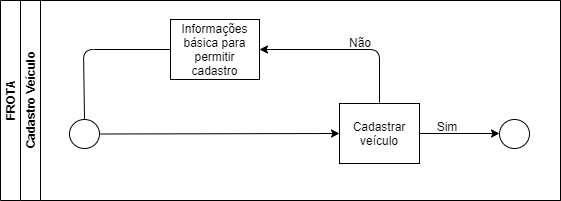
This is Untitled Diagram.png from pallomagualter/Diagrama-Frota, a draw.io export, as it was before one commit. Source tidied: cells renumbered, new cells last; positions are measured from the earlier drawing's top-left corner, leaving out a move shared by most shapes. The source it was exported from:
```xml
<mxGraphModel>
  <root>
    <mxCell id="0" />
    <mxCell id="1" parent="0" />
    <mxCell id="2" value="FROTA" style="swimlane;html=1;horizontal=0;startSize=20;" parent="1" vertex="1">
      <mxGeometry width="560" height="200" as="geometry" />
    </mxCell>
    <mxCell id="3" style="edgeStyle=orthogonalEdgeStyle;rounded=0;orthogonalLoop=1;jettySize=auto;html=1;endArrow=classic;endFill=1;" parent="2" edge="1">
      <mxGeometry relative="1" as="geometry">
        <mxPoint x="319" y="152" as="sourcePoint" />
        <mxPoint x="319" y="152" as="targetPoint" />
      </mxGeometry>
    </mxCell>
    <mxCell id="4" value="Cadastro Veículo" style="swimlane;html=1;startSize=20;horizontal=0;" parent="2" vertex="1">
      <mxGeometry x="20" width="540" height="200" as="geometry" />
    </mxCell>
    <mxCell id="5" style="edgeStyle=orthogonalEdgeStyle;rounded=0;jettySize=auto;html=1;endArrow=classic;endFill=1;" parent="4" edge="1" source="9">
      <mxGeometry relative="1" as="geometry">
        <mxPoint x="479" y="133" as="targetPoint" />
      </mxGeometry>
    </mxCell>
    <mxCell id="6" value="Informações básica para permitir cadastro" style="rounded=0;whiteSpace=wrap;html=1;fontFamily=Helvetica;fontSize=12;fontColor=#000000;align=center;" parent="4" vertex="1">
      <mxGeometry x="150" y="19" width="89" height="60" as="geometry" />
    </mxCell>
    <mxCell id="7" value="Não" style="text;html=1;strokeColor=none;fillColor=none;align=center;verticalAlign=middle;whiteSpace=wrap;rounded=0;" parent="4" vertex="1">
      <mxGeometry x="320" y="32" width="40" height="20" as="geometry" />
    </mxCell>
    <mxCell id="8" value="Sim" style="text;html=1;strokeColor=none;fillColor=none;align=center;verticalAlign=middle;whiteSpace=wrap;rounded=0;" parent="4" vertex="1">
      <mxGeometry x="407" y="116" width="40" height="20" as="geometry" />
    </mxCell>
    <mxCell id="9" value="Cadastrar veículo" style="rounded=0;whiteSpace=wrap;html=1;fontFamily=Helvetica;fontSize=12;fontColor=#000000;align=center;" parent="4" vertex="1">
      <mxGeometry x="319" y="103" width="80" height="60" as="geometry" />
    </mxCell>
    <mxCell id="10" style="ellipse;whiteSpace=wrap;html=1;" parent="4" vertex="1">
      <mxGeometry x="49" y="119" width="30" height="29" as="geometry" />
    </mxCell>
    <mxCell id="11" style="endArrow=classic;html=1;entryX=0;entryY=0.5;entryDx=0;entryDy=0;" parent="4" edge="1" source="10" target="9">
      <mxGeometry relative="1" as="geometry" />
    </mxCell>
    <mxCell id="12" style="ellipse;whiteSpace=wrap;html=1;" parent="4" vertex="1">
      <mxGeometry x="479" y="119" width="30" height="29" as="geometry" />
    </mxCell>
    <mxCell id="13" style="endArrow=classic;html=1;entryX=1;entryY=0.5;entryDx=0;entryDy=0;" parent="1" edge="1" target="6">
      <mxGeometry relative="1" as="geometry">
        <mxPoint x="379" y="102" as="sourcePoint" />
        <Array as="points">
          <mxPoint x="379" y="49" />
        </Array>
      </mxGeometry>
    </mxCell>
    <mxCell id="14" style="endArrow=none;html=1;exitX=0.5;exitY=0;exitDx=0;exitDy=0;entryX=0;entryY=0.5;entryDx=0;entryDy=0;" parent="1" edge="1" target="6">
      <mxGeometry relative="1" as="geometry">
        <mxPoint x="84" y="119" as="sourcePoint" />
        <Array as="points">
          <mxPoint x="83" y="49" />
        </Array>
      </mxGeometry>
    </mxCell>
  </root>
</mxGraphModel>
```
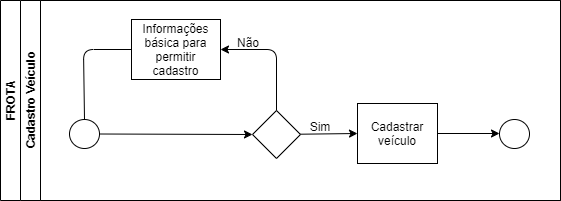
After the commit.

Change to the diagram source:
```diff
@@ -19,32 +19,37 @@
         <mxPoint x="479" y="133" as="targetPoint" />
       </mxGeometry>
     </mxCell>
+    <mxCell id="7" value="Não" style="text;html=1;strokeColor=none;fillColor=none;align=center;verticalAlign=middle;whiteSpace=wrap;rounded=0;" parent="4" vertex="1">
+      <mxGeometry x="208" y="32" width="40" height="20" as="geometry" />
+    </mxCell>
     <mxCell id="6" value="Informações básica para permitir cadastro" style="rounded=0;whiteSpace=wrap;html=1;fontFamily=Helvetica;fontSize=12;fontColor=#000000;align=center;" parent="4" vertex="1">
-      <mxGeometry x="150" y="19" width="89" height="60" as="geometry" />
+      <mxGeometry x="111" y="19" width="89" height="60" as="geometry" />
     </mxCell>
-    <mxCell id="7" value="Não" style="text;html=1;strokeColor=none;fillColor=none;align=center;verticalAlign=middle;whiteSpace=wrap;rounded=0;" parent="4" vertex="1">
-      <mxGeometry x="320" y="32" width="40" height="20" as="geometry" />
-    </mxCell>
     <mxCell id="8" value="Sim" style="text;html=1;strokeColor=none;fillColor=none;align=center;verticalAlign=middle;whiteSpace=wrap;rounded=0;" parent="4" vertex="1">
-      <mxGeometry x="407" y="116" width="40" height="20" as="geometry" />
+      <mxGeometry x="280" y="116" width="40" height="20" as="geometry" />
     </mxCell>
     <mxCell id="9" value="Cadastrar veículo" style="rounded=0;whiteSpace=wrap;html=1;fontFamily=Helvetica;fontSize=12;fontColor=#000000;align=center;" parent="4" vertex="1">
-      <mxGeometry x="319" y="103" width="80" height="60" as="geometry" />
+      <mxGeometry x="337" y="103" width="80" height="60" as="geometry" />
     </mxCell>
     <mxCell id="10" style="ellipse;whiteSpace=wrap;html=1;" parent="4" vertex="1">
       <mxGeometry x="49" y="119" width="30" height="29" as="geometry" />
     </mxCell>
-    <mxCell id="11" style="endArrow=classic;html=1;entryX=0;entryY=0.5;entryDx=0;entryDy=0;" parent="4" edge="1" source="10" target="9">
+    <mxCell id="11" style="endArrow=classic;html=1;entryX=0;entryY=0.5;entryDx=0;entryDy=0;" parent="4" edge="1" source="15" target="9">
       <mxGeometry relative="1" as="geometry" />
     </mxCell>
     <mxCell id="12" style="ellipse;whiteSpace=wrap;html=1;" parent="4" vertex="1">
       <mxGeometry x="479" y="119" width="30" height="29" as="geometry" />
     </mxCell>
+    <mxCell id="15" style="rhombus;whiteSpace=wrap;html=1;" parent="4" vertex="1">
+      <mxGeometry x="232" y="110" width="48" height="48" as="geometry" />
+    </mxCell>
+    <mxCell id="16" style="endArrow=classic;html=1;entryX=0;entryY=0.5;entryDx=0;entryDy=0;" parent="4" edge="1" source="10" target="15">
+      <mxGeometry relative="1" as="geometry" />
+    </mxCell>
-    <mxCell id="13" style="endArrow=classic;html=1;entryX=1;entryY=0.5;entryDx=0;entryDy=0;" parent="1" edge="1" target="6">
+    <mxCell id="13" style="endArrow=classic;html=1;entryX=1;entryY=0.5;entryDx=0;entryDy=0;exitX=0.5;exitY=0;exitDx=0;exitDy=0;" parent="4" edge="1" source="15" target="6">
       <mxGeometry relative="1" as="geometry">
-        <mxPoint x="379" y="102" as="sourcePoint" />
         <Array as="points">
-          <mxPoint x="379" y="49" />
+          <mxPoint x="256" y="49" />
         </Array>
       </mxGeometry>
     </mxCell>
```
